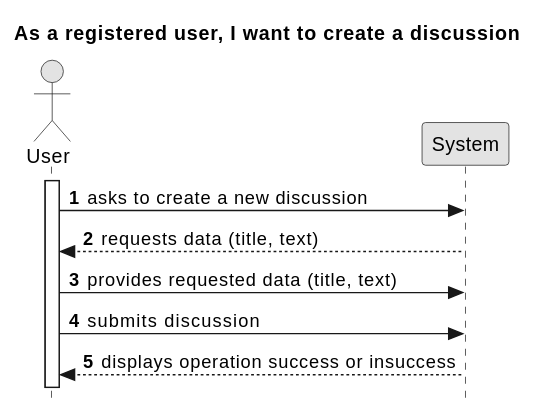
TiagoMagalhaes1232507/Testando-projeto keeps this PlantUML diagram as docs/sprint01/us004/01.requirements-engineering/svg/us006-system-sequence-diagram-alternative-one.svg. Above is the earlier version.
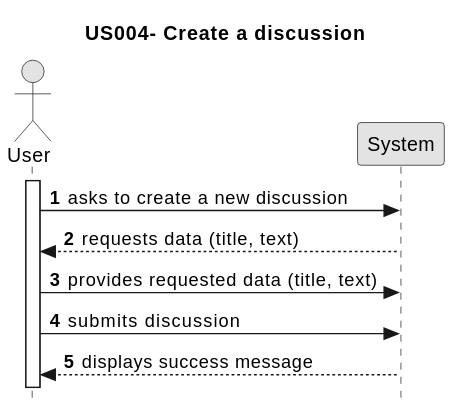
Above is the later version.

Diff of the diagram source:
```diff
@@ -4,7 +4,7 @@
 skinparam shadowing false
 skinparam style strictuml
 
-title As a registered user, I want to create a discussion
+title US004- Create a discussion
 
 autonumber
 
@@ -18,5 +18,5 @@
 
 Employee -> System : provides requested data (title, text)
 Employee -> System : submits discussion
-System --> Employee : displays operation success or insuccess
+System --> Employee : displays success message
 @enduml
```
